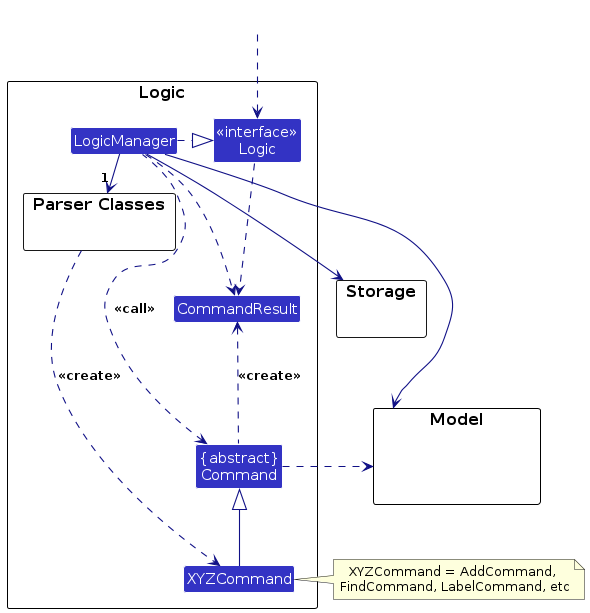
This is diagrams/LogicClassDiagram.png from AY2627S1-CS2103T-F12-1/tp, a PlantUML export, as it was before one commit. Its source is kept beside it as diagrams/LogicClassDiagram.puml. Its diagram source:
```plantuml
@startuml
!include style.puml
skinparam arrowThickness 1.1
skinparam arrowColor LOGIC_COLOR_T4
skinparam classBackgroundColor LOGIC_COLOR

package Logic as LogicPackage {

package "Parser Classes" as ParserClasses{
}
Class XYZCommand
Class CommandResult
Class "{abstract}\nCommand" as Command


Class "<<interface>>\nLogic" as Logic
Class LogicManager
}

package Model {
Class HiddenModel #FFFFFF
}

package Storage {
}

Class HiddenOutside #FFFFFF
HiddenOutside ..> Logic

LogicManager .right.|> Logic
LogicManager -right->"1" ParserClasses
ParserClasses ..> XYZCommand : <<create>>

XYZCommand -up-|> Command
LogicManager .left.> Command : <<call>>

LogicManager --> Model
LogicManager --> Storage
Storage --[hidden] Model
Command .[hidden]up.> Storage
Command .right.> Model
note right of XYZCommand: XYZCommand = AddCommand, \nFindCommand, LabelCommand, etc

Logic ..> CommandResult
LogicManager .down.> CommandResult
Command .up.> CommandResult : <<create>>
@enduml
```
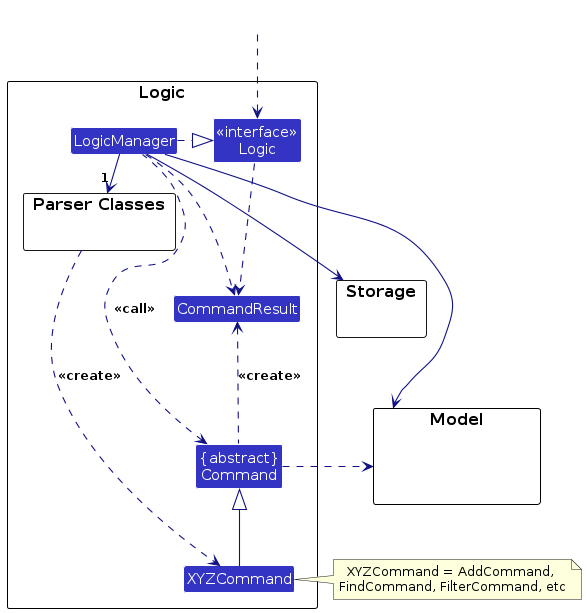
After the commit.

What changed in the source:
```diff
@@ -39,7 +39,7 @@
 Storage --[hidden] Model
 Command .[hidden]up.> Storage
 Command .right.> Model
-note right of XYZCommand: XYZCommand = AddCommand, \nFindCommand, LabelCommand, etc
+note right of XYZCommand: XYZCommand = AddCommand, \nFindCommand, FilterCommand, etc
 
 Logic ..> CommandResult
 LogicManager .down.> CommandResult
```
